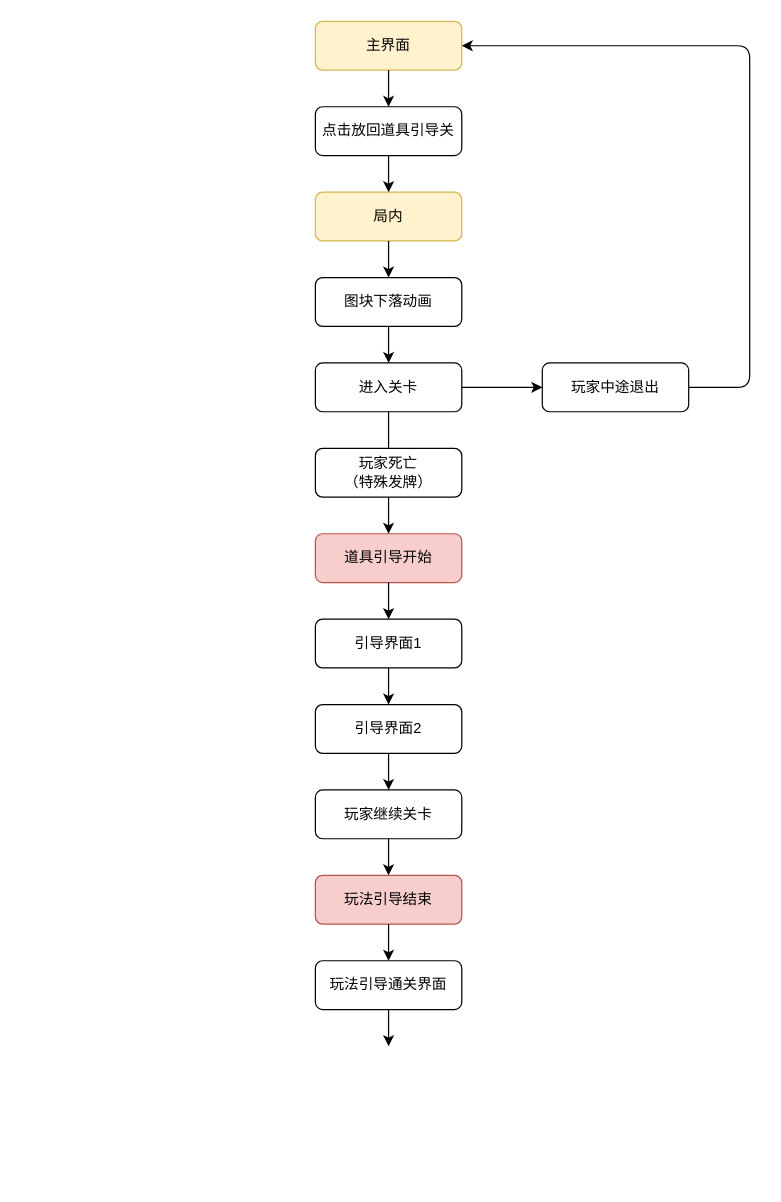
This is daoju.drawio from friyal0730/sudoku, a draw.io file, before an edit. Source tidied: cells renumbered, new cells numbered last; positions are measured from the earlier drawing's top-left corner, leaving out a move shared by most shapes. Both pictures are drawn from the tidied source at 122%, with x=0, y=0 at pixel (315, 21).
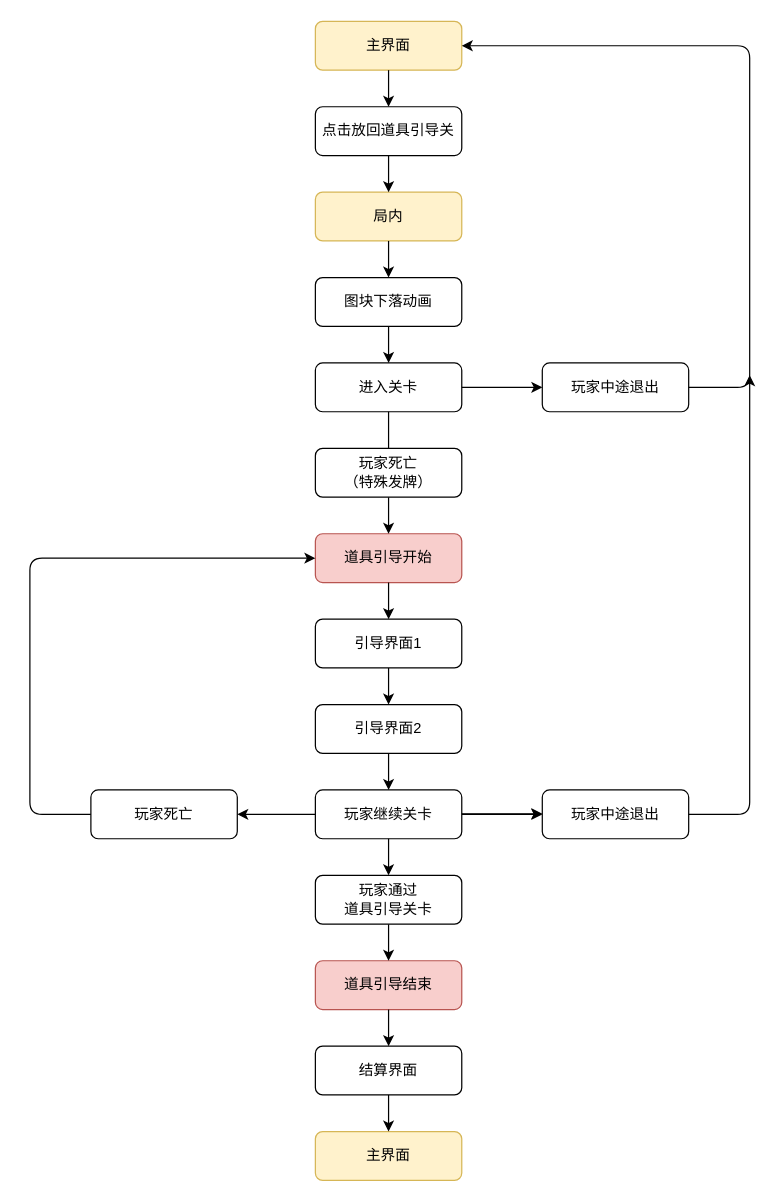
Above is the later version.

The change refers to these unchanged cells:
```xml
<mxCell id="9" value="道具引导开始" style="rounded=1;whiteSpace=wrap;html=1;fillColor=#f8cecc;strokeColor=#b85450;" parent="1" vertex="1">
  <mxGeometry y="420" width="120" height="40" as="geometry" />
</mxCell>
<mxCell id="13" value="玩家继续关卡" style="rounded=1;whiteSpace=wrap;html=1;" parent="1" vertex="1">
  <mxGeometry y="630" width="120" height="40" as="geometry" />
</mxCell>
```

Change to the diagram source:
```diff
@@
+    <mxCell id="29" style="edgeStyle=orthogonalEdgeStyle;rounded=0;jettySize=auto;html=1;" parent="1" edge="1" source="13" target="30">
+      <mxGeometry relative="1" as="geometry" />
+    </mxCell>
@@
-    <mxCell id="14" value="玩法引导结束" style="rounded=1;whiteSpace=wrap;html=1;fillColor=#f8cecc;strokeColor=#b85450;" parent="1" vertex="1">
-      <mxGeometry y="700" width="120" height="40" as="geometry" />
+    <mxCell id="14" value="道具引导结束" style="rounded=1;whiteSpace=wrap;html=1;fillColor=#f8cecc;strokeColor=#b85450;" parent="1" vertex="1">
+      <mxGeometry y="770" width="120" height="40" as="geometry" />
     </mxCell>
@@
-    <mxCell id="19" style="endArrow=classic;html=1;exitX=0.5;exitY=1;exitDx=0;exitDy=0;entryX=0.5;entryY=0;entryDx=0;entryDy=0;" parent="1" edge="1" source="13" target="14">
-      <mxGeometry relative="1" as="geometry" />
-    </mxCell>
@@
-    <mxCell id="24" value="玩法引导通关界面" style="rounded=1;whiteSpace=wrap;html=1;" parent="1" vertex="1">
-      <mxGeometry y="770" width="120" height="40" as="geometry" />
-    </mxCell>
-    <mxCell id="25" style="endArrow=classic;html=1;exitX=0.5;exitY=1;exitDx=0;exitDy=0;entryX=0.5;entryY=0;entryDx=0;entryDy=0;" parent="1" edge="1" source="14" target="24">
+    <mxCell id="25" style="endArrow=classic;html=1;exitX=0.5;exitY=1;exitDx=0;exitDy=0;entryX=0.5;entryY=0;entryDx=0;entryDy=0;" parent="1" edge="1" source="13" target="36">
       <mxGeometry relative="1" as="geometry" />
     </mxCell>
-    <mxCell id="26" style="endArrow=classic;html=1;exitX=0.5;exitY=1;exitDx=0;exitDy=0;entryX=0.5;entryY=0;entryDx=0;entryDy=0;" parent="1" edge="1" source="24">
+    <mxCell id="26" style="endArrow=classic;html=1;exitX=0.5;exitY=1;exitDx=0;exitDy=0;" parent="1" edge="1" source="36">
       <mxGeometry relative="1" as="geometry">
-        <mxPoint x="60" y="840" as="targetPoint" />
+        <mxPoint x="60" y="770" as="targetPoint" />
       </mxGeometry>
     </mxCell>
@@
+    <mxCell id="30" value="玩家中途退出" style="rounded=1;whiteSpace=wrap;html=1;" parent="1" vertex="1">
+      <mxGeometry x="186" y="630" width="120" height="40" as="geometry" />
+    </mxCell>
+    <mxCell id="31" style="endArrow=classic;html=1;exitX=1;exitY=0.5;exitDx=0;exitDy=0;entryX=0;entryY=0.5;entryDx=0;entryDy=0;" parent="1" edge="1">
+      <mxGeometry relative="1" as="geometry">
+        <mxPoint x="120" y="649.5" as="sourcePoint" />
+        <mxPoint x="186" y="649.5" as="targetPoint" />
+      </mxGeometry>
+    </mxCell>
+    <mxCell id="32" style="endArrow=classic;html=1;exitX=1;exitY=0.5;exitDx=0;exitDy=0;" parent="1" edge="1" source="30">
+      <mxGeometry relative="1" as="geometry">
+        <mxPoint x="356" y="290" as="targetPoint" />
+        <Array as="points">
+          <mxPoint x="356" y="650" />
+        </Array>
+      </mxGeometry>
+    </mxCell>
+    <mxCell id="33" value="玩家死亡" style="rounded=1;whiteSpace=wrap;html=1;" parent="1" vertex="1">
+      <mxGeometry x="-184" y="630" width="120" height="40" as="geometry" />
+    </mxCell>
+    <mxCell id="34" style="endArrow=classic;html=1;exitX=0;exitY=0.5;exitDx=0;exitDy=0;entryX=1;entryY=0.5;entryDx=0;entryDy=0;" parent="1" edge="1" source="13" target="33">
+      <mxGeometry relative="1" as="geometry" />
+    </mxCell>
+    <mxCell id="35" style="endArrow=classic;html=1;exitX=0;exitY=0.5;exitDx=0;exitDy=0;entryX=0;entryY=0.5;entryDx=0;entryDy=0;" parent="1" edge="1" source="33" target="9">
+      <mxGeometry relative="1" as="geometry">
+        <Array as="points">
+          <mxPoint x="-234" y="650" />
+          <mxPoint x="-234" y="440" />
+        </Array>
+      </mxGeometry>
+    </mxCell>
+    <mxCell id="36" value="玩家通过&lt;br&gt;道具引导关卡" style="rounded=1;whiteSpace=wrap;html=1;" parent="1" vertex="1">
+      <mxGeometry y="700" width="120" height="40" as="geometry" />
+    </mxCell>
+    <mxCell id="37" value="结算界面" style="rounded=1;whiteSpace=wrap;html=1;" parent="1" vertex="1">
+      <mxGeometry y="840" width="120" height="40" as="geometry" />
+    </mxCell>
+    <mxCell id="38" value="主界面" style="rounded=1;whiteSpace=wrap;html=1;fillColor=#fff2cc;strokeColor=#d6b656;" parent="1" vertex="1">
+      <mxGeometry y="910" width="120" height="40" as="geometry" />
+    </mxCell>
+    <mxCell id="39" style="endArrow=classic;html=1;exitX=0.5;exitY=1;exitDx=0;exitDy=0;entryX=0.5;entryY=0;entryDx=0;entryDy=0;" parent="1" edge="1" source="14" target="37">
+      <mxGeometry relative="1" as="geometry" />
+    </mxCell>
+    <mxCell id="40" style="endArrow=classic;html=1;exitX=0.5;exitY=1;exitDx=0;exitDy=0;entryX=0.5;entryY=0;entryDx=0;entryDy=0;" parent="1" edge="1" source="37" target="38">
+      <mxGeometry relative="1" as="geometry" />
+    </mxCell>
```
